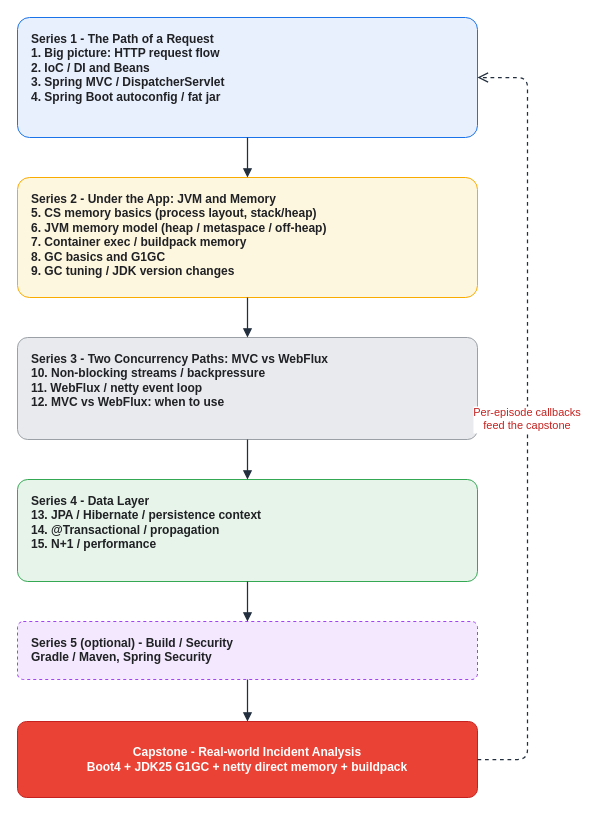
KKamJi98/kkamji98.github.io keeps this draw.io diagram as assets/img/spring/spring-02-reading-order-map.drawio. Above is the earlier version. Source tidied: cells renumbered, new cells numbered last; positions are measured from the earlier drawing's top-left corner, leaving out a move shared by most shapes. Both pictures are drawn from the tidied source at 100%, with x=0, y=0 at pixel (17, 17).
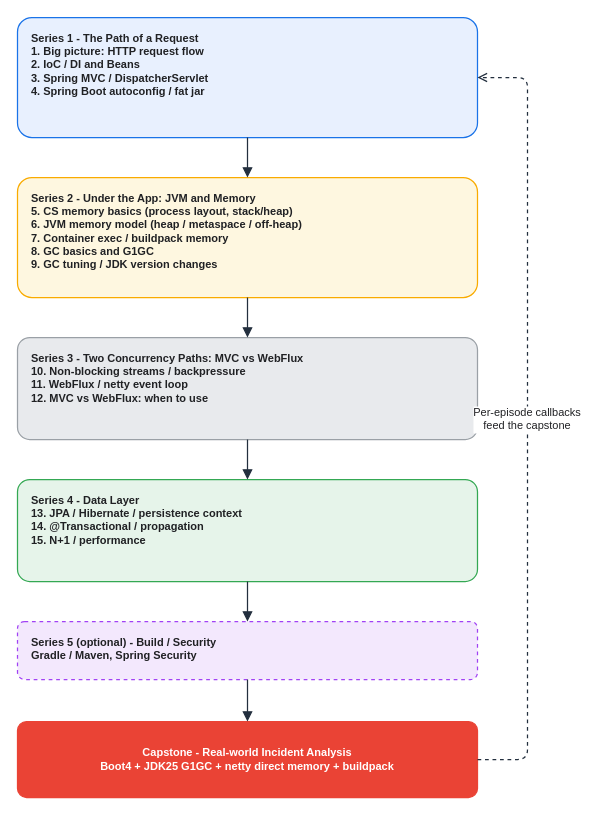
After the change.

The edit, as a diff of the source:
```diff
@@
 <mxGraphModel background="#FFFFFF">
   <root>
     <mxCell id="0" />
     <mxCell id="1" parent="0" />
-    <mxCell id="2" value="Series 1 - The Path of a Request&#10;1. Big picture: HTTP request flow&#10;2. IoC / DI and Beans&#10;3. Spring MVC / DispatcherServlet&#10;4. Spring Boot autoconfig / fat jar" style="rounded=1;whiteSpace=wrap;html=0;arcSize=10;shadow=0;fillColor=#E8F0FE;strokeColor=#1A73E8;fontColor=#202124;align=left;verticalAlign=top;spacingLeft=12;spacingTop=8;fontSize=12;fontStyle=1;" parent="1" vertex="1">
+    <mxCell id="2" value="Series 1 - The Path of a Request&#10;1. Big picture: HTTP request flow&#10;2. IoC / DI and Beans&#10;3. Spring MVC / DispatcherServlet&#10;4. Spring Boot autoconfig / fat jar" style="rounded=1;whiteSpace=wrap;html=0;arcSize=12;shadow=0;fillColor=#E8F0FE;strokeColor=#1A73E8;fontColor=#202124;align=left;verticalAlign=top;spacingLeft=12;spacingTop=8;fontSize=11;fontStyle=1;strokeWidth=1.25;" parent="1" vertex="1">
       <mxGeometry width="460" height="120" as="geometry" />
     </mxCell>
-    <mxCell id="3" value="Series 2 - Under the App: JVM and Memory&#10;5. CS memory basics (process layout, stack/heap)&#10;6. JVM memory model (heap / metaspace / off-heap)&#10;7. Container exec / buildpack memory&#10;8. GC basics and G1GC&#10;9. GC tuning / JDK version changes" style="rounded=1;whiteSpace=wrap;html=0;arcSize=10;shadow=0;fillColor=#FEF7E0;strokeColor=#F9AB00;fontColor=#202124;align=left;verticalAlign=top;spacingLeft=12;spacingTop=8;fontSize=12;fontStyle=1;" parent="1" vertex="1">
+    <mxCell id="3" value="Series 2 - Under the App: JVM and Memory&#10;5. CS memory basics (process layout, stack/heap)&#10;6. JVM memory model (heap / metaspace / off-heap)&#10;7. Container exec / buildpack memory&#10;8. GC basics and G1GC&#10;9. GC tuning / JDK version changes" style="rounded=1;whiteSpace=wrap;html=0;arcSize=12;shadow=0;fillColor=#FEF7E0;strokeColor=#F9AB00;fontColor=#202124;align=left;verticalAlign=top;spacingLeft=12;spacingTop=8;fontSize=11;fontStyle=1;strokeWidth=1.25;" parent="1" vertex="1">
       <mxGeometry y="160" width="460" height="120" as="geometry" />
     </mxCell>
-    <mxCell id="4" value="Series 3 - Two Concurrency Paths: MVC vs WebFlux&#10;10. Non-blocking streams / backpressure&#10;11. WebFlux / netty event loop&#10;12. MVC vs WebFlux: when to use" style="rounded=1;whiteSpace=wrap;html=0;arcSize=10;shadow=0;fillColor=#E8EAED;strokeColor=#9AA0A6;fontColor=#202124;align=left;verticalAlign=top;spacingLeft=12;spacingTop=8;fontSize=12;fontStyle=1;" parent="1" vertex="1">
+    <mxCell id="4" value="Series 3 - Two Concurrency Paths: MVC vs WebFlux&#10;10. Non-blocking streams / backpressure&#10;11. WebFlux / netty event loop&#10;12. MVC vs WebFlux: when to use" style="rounded=1;whiteSpace=wrap;html=0;arcSize=12;shadow=0;fillColor=#E8EAED;strokeColor=#9AA0A6;fontColor=#202124;align=left;verticalAlign=top;spacingLeft=12;spacingTop=8;fontSize=11;fontStyle=1;strokeWidth=1.25;" parent="1" vertex="1">
       <mxGeometry y="320" width="460" height="102" as="geometry" />
     </mxCell>
-    <mxCell id="5" value="Series 4 - Data Layer&#10;13. JPA / Hibernate / persistence context&#10;14. @Transactional / propagation&#10;15. N+1 / performance" style="rounded=1;whiteSpace=wrap;html=0;arcSize=10;shadow=0;fillColor=#E6F4EA;strokeColor=#34A853;fontColor=#202124;align=left;verticalAlign=top;spacingLeft=12;spacingTop=8;fontSize=12;fontStyle=1;" parent="1" vertex="1">
+    <mxCell id="5" value="Series 4 - Data Layer&#10;13. JPA / Hibernate / persistence context&#10;14. @Transactional / propagation&#10;15. N+1 / performance" style="rounded=1;whiteSpace=wrap;html=0;arcSize=12;shadow=0;fillColor=#E6F4EA;strokeColor=#34A853;fontColor=#202124;align=left;verticalAlign=top;spacingLeft=12;spacingTop=8;fontSize=11;fontStyle=1;strokeWidth=1.25;" parent="1" vertex="1">
       <mxGeometry y="462" width="460" height="102" as="geometry" />
     </mxCell>
-    <mxCell id="6" value="Series 5 (optional) - Build / Security&#10;Gradle / Maven, Spring Security" style="rounded=1;whiteSpace=wrap;html=0;arcSize=10;shadow=0;fillColor=#F3E8FD;strokeColor=#A142F4;fontColor=#202124;align=left;verticalAlign=top;spacingLeft=12;spacingTop=8;fontSize=12;dashed=1;fontStyle=1;" parent="1" vertex="1">
+    <mxCell id="6" value="Series 5 (optional) - Build / Security&#10;Gradle / Maven, Spring Security" style="rounded=1;whiteSpace=wrap;html=0;arcSize=12;shadow=0;fillColor=#F3E8FD;strokeColor=#A142F4;fontColor=#202124;align=left;verticalAlign=top;spacingLeft=12;spacingTop=8;fontSize=11;dashed=1;fontStyle=1;strokeWidth=1.25;" parent="1" vertex="1">
       <mxGeometry y="604" width="460" height="58" as="geometry" />
     </mxCell>
-    <mxCell id="7" value="Capstone - Real-world Incident Analysis&#10;Boot4 + JDK25 G1GC + netty direct memory + buildpack" style="rounded=1;whiteSpace=wrap;html=0;arcSize=12;shadow=0;fillColor=#EA4335;strokeColor=#C5221F;fontColor=#FFFFFF;align=center;verticalAlign=middle;spacingLeft=8;spacingRight=8;fontSize=12;fontStyle=1;" parent="1" vertex="1">
+    <mxCell id="7" value="Capstone - Real-world Incident Analysis&#10;Boot4 + JDK25 G1GC + netty direct memory + buildpack" style="rounded=1;whiteSpace=wrap;html=0;arcSize=12;shadow=0;fillColor=#EA4335;strokeColor=#EA4335;fontColor=#FFFFFF;align=center;verticalAlign=middle;spacingLeft=8;spacingRight=8;fontSize=11;fontStyle=1;strokeWidth=1.25;" parent="1" vertex="1">
       <mxGeometry y="704" width="460" height="76" as="geometry" />
     </mxCell>
-    <mxCell id="8" style="edgeStyle=orthogonalEdgeStyle;rounded=1;html=0;strokeColor=#232F3E;fontColor=#232F3E;labelBackgroundColor=none;endArrow=block;exitX=0.5;exitY=1;exitDx=0;exitDy=0;entryX=0.5;entryY=0;entryDx=0;entryDy=0;strokeWidth=1.25;" parent="1" edge="1" source="2" target="3">
+    <mxCell id="8" style="edgeStyle=orthogonalEdgeStyle;rounded=1;html=0;strokeColor=#232F3E;fontColor=#202124;labelBackgroundColor=none;endArrow=block;exitX=0.5;exitY=1;exitDx=0;exitDy=0;entryX=0.5;entryY=0;entryDx=0;entryDy=0;strokeWidth=1.25;endSize=7;" parent="1" edge="1" source="2" target="3">
       <mxGeometry relative="1" as="geometry" />
     </mxCell>
-    <mxCell id="9" style="edgeStyle=orthogonalEdgeStyle;rounded=1;html=0;strokeColor=#232F3E;fontColor=#232F3E;labelBackgroundColor=none;endArrow=block;exitX=0.5;exitY=1;exitDx=0;exitDy=0;entryX=0.5;entryY=0;entryDx=0;entryDy=0;strokeWidth=1.25;" parent="1" edge="1" source="3" target="4">
+    <mxCell id="9" style="edgeStyle=orthogonalEdgeStyle;rounded=1;html=0;strokeColor=#232F3E;fontColor=#202124;labelBackgroundColor=none;endArrow=block;exitX=0.5;exitY=1;exitDx=0;exitDy=0;entryX=0.5;entryY=0;entryDx=0;entryDy=0;strokeWidth=1.25;endSize=7;" parent="1" edge="1" source="3" target="4">
       <mxGeometry relative="1" as="geometry" />
     </mxCell>
-    <mxCell id="10" style="edgeStyle=orthogonalEdgeStyle;rounded=1;html=0;strokeColor=#232F3E;fontColor=#232F3E;labelBackgroundColor=none;endArrow=block;exitX=0.5;exitY=1;exitDx=0;exitDy=0;entryX=0.5;entryY=0;entryDx=0;entryDy=0;strokeWidth=1.25;" parent="1" edge="1" source="4" target="5">
+    <mxCell id="10" style="edgeStyle=orthogonalEdgeStyle;rounded=1;html=0;strokeColor=#232F3E;fontColor=#202124;labelBackgroundColor=none;endArrow=block;exitX=0.5;exitY=1;exitDx=0;exitDy=0;entryX=0.5;entryY=0;entryDx=0;entryDy=0;strokeWidth=1.25;endSize=7;" parent="1" edge="1" source="4" target="5">
       <mxGeometry relative="1" as="geometry" />
     </mxCell>
-    <mxCell id="11" style="edgeStyle=orthogonalEdgeStyle;rounded=1;html=0;strokeColor=#232F3E;fontColor=#232F3E;labelBackgroundColor=none;endArrow=block;exitX=0.5;exitY=1;exitDx=0;exitDy=0;entryX=0.5;entryY=0;entryDx=0;entryDy=0;strokeWidth=1.25;" parent="1" edge="1" source="5" target="6">
+    <mxCell id="11" style="edgeStyle=orthogonalEdgeStyle;rounded=1;html=0;strokeColor=#232F3E;fontColor=#202124;labelBackgroundColor=none;endArrow=block;exitX=0.5;exitY=1;exitDx=0;exitDy=0;entryX=0.5;entryY=0;entryDx=0;entryDy=0;strokeWidth=1.25;endSize=7;" parent="1" edge="1" source="5" target="6">
       <mxGeometry relative="1" as="geometry" />
     </mxCell>
-    <mxCell id="12" style="edgeStyle=orthogonalEdgeStyle;rounded=1;html=0;strokeColor=#232F3E;fontColor=#232F3E;labelBackgroundColor=none;endArrow=block;exitX=0.5;exitY=1;exitDx=0;exitDy=0;entryX=0.5;entryY=0;entryDx=0;entryDy=0;strokeWidth=1.25;" parent="1" edge="1" source="6" target="7">
+    <mxCell id="12" style="edgeStyle=orthogonalEdgeStyle;rounded=1;html=0;strokeColor=#232F3E;fontColor=#202124;labelBackgroundColor=none;endArrow=block;exitX=0.5;exitY=1;exitDx=0;exitDy=0;entryX=0.5;entryY=0;entryDx=0;entryDy=0;strokeWidth=1.25;endSize=7;" parent="1" edge="1" source="6" target="7">
       <mxGeometry relative="1" as="geometry" />
     </mxCell>
-    <mxCell id="13" value="Per-episode callbacks&#10;feed the capstone" style="edgeStyle=orthogonalEdgeStyle;rounded=1;html=0;dashed=1;fontColor=#C5221F;strokeColor=#232F3E;labelBackgroundColor=#FFFFFF;endArrow=open;endSize=8;exitX=1;exitY=0.5;exitDx=0;exitDy=0;entryX=1;entryY=0.5;entryDx=0;entryDy=0;strokeWidth=1.25;" parent="1" edge="1" source="7" target="2">
+    <mxCell id="13" value="Per-episode callbacks&#10;feed the capstone" style="edgeStyle=orthogonalEdgeStyle;rounded=1;html=0;dashed=1;fontColor=#202124;strokeColor=#232F3E;labelBackgroundColor=#FFFFFF;endArrow=open;endSize=7;exitX=1;exitY=0.5;exitDx=0;exitDy=0;entryX=1;entryY=0.5;entryDx=0;entryDy=0;strokeWidth=1.25;" parent="1" edge="1" source="7" target="2">
       <mxGeometry relative="1" as="geometry">
         <Array as="points">
           <mxPoint x="510" y="742" />
           <mxPoint x="510" y="60" />
         </Array>
       </mxGeometry>
     </mxCell>
   </root>
 </mxGraphModel>
```
